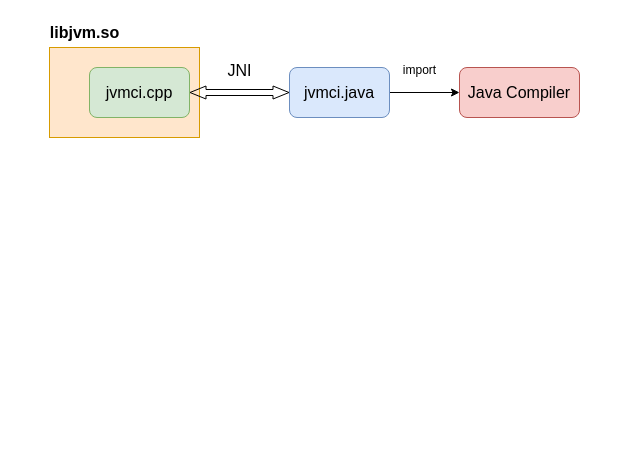
Earlier version of the draw.io diagram JVMCI.drawio (f123888/Draw.IO). Source tidied: cells renumbered, new cells numbered last; positions are measured from the earlier drawing's top-left corner, leaving out a move shared by most shapes. Both pictures are drawn from the tidied source at 100%, with x=0, y=0 at pixel (39, 17).
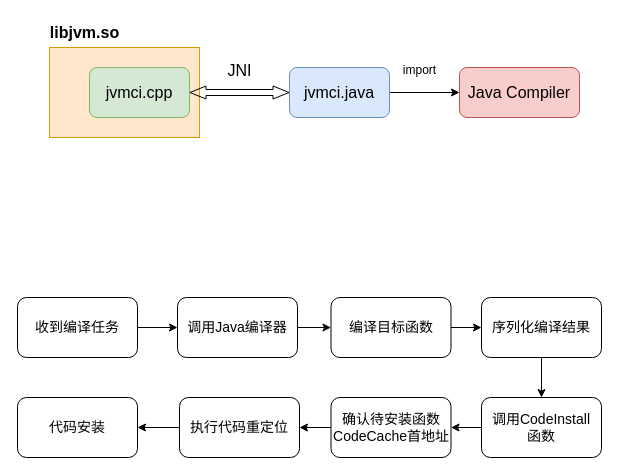
The same diagram, later.

The edit, as a diff of the source:
```diff
@@
+    <mxCell id="11" style="edgeStyle=orthogonalEdgeStyle;rounded=0;jettySize=auto;html=1;exitX=1;exitY=0.5;exitDx=0;exitDy=0;entryX=0;entryY=0.5;entryDx=0;entryDy=0;" parent="1" edge="1" source="12" target="14">
+      <mxGeometry relative="1" as="geometry" />
+    </mxCell>
+    <mxCell id="12" value="&lt;font style=&quot;font-size: 14px;&quot;&gt;收到编译任务&lt;/font&gt;" style="rounded=1;whiteSpace=wrap;html=1;" parent="1" vertex="1">
+      <mxGeometry x="-22" y="280" width="120" height="60" as="geometry" />
+    </mxCell>
+    <mxCell id="13" style="edgeStyle=orthogonalEdgeStyle;rounded=0;jettySize=auto;html=1;exitX=1;exitY=0.5;exitDx=0;exitDy=0;entryX=0;entryY=0.5;entryDx=0;entryDy=0;" parent="1" edge="1" source="14" target="23">
+      <mxGeometry relative="1" as="geometry" />
+    </mxCell>
+    <mxCell id="14" value="&lt;font style=&quot;font-size: 14px;&quot;&gt;调用Java编译器&lt;/font&gt;" style="rounded=1;whiteSpace=wrap;html=1;" parent="1" vertex="1">
+      <mxGeometry x="138" y="280" width="120" height="60" as="geometry" />
+    </mxCell>
+    <mxCell id="15" style="edgeStyle=orthogonalEdgeStyle;rounded=0;jettySize=auto;html=1;exitX=0.5;exitY=1;exitDx=0;exitDy=0;entryX=0.5;entryY=0;entryDx=0;entryDy=0;" parent="1" edge="1" source="16" target="25">
+      <mxGeometry relative="1" as="geometry" />
+    </mxCell>
+    <mxCell id="16" value="&lt;span style=&quot;font-size: 14px;&quot;&gt;序列化编译结果&lt;/span&gt;" style="rounded=1;whiteSpace=wrap;html=1;" parent="1" vertex="1">
+      <mxGeometry x="442" y="280" width="120" height="60" as="geometry" />
+    </mxCell>
+    <mxCell id="17" style="edgeStyle=orthogonalEdgeStyle;rounded=0;jettySize=auto;html=1;exitX=0;exitY=0.5;exitDx=0;exitDy=0;entryX=1;entryY=0.5;entryDx=0;entryDy=0;" parent="1" edge="1" source="18" target="20">
+      <mxGeometry relative="1" as="geometry" />
+    </mxCell>
+    <mxCell id="18" value="&lt;span style=&quot;font-size: 14px;&quot;&gt;确认待安装函数CodeCache首地址&lt;/span&gt;" style="rounded=1;whiteSpace=wrap;html=1;" parent="1" vertex="1">
+      <mxGeometry x="291.5" y="380" width="120" height="60" as="geometry" />
+    </mxCell>
+    <mxCell id="19" style="edgeStyle=orthogonalEdgeStyle;rounded=0;jettySize=auto;html=1;exitX=0;exitY=0.5;exitDx=0;exitDy=0;entryX=1;entryY=0.5;entryDx=0;entryDy=0;" parent="1" edge="1" source="20" target="21">
+      <mxGeometry relative="1" as="geometry" />
+    </mxCell>
+    <mxCell id="20" value="&lt;span style=&quot;font-size: 14px;&quot;&gt;执行代码重定位&lt;/span&gt;" style="rounded=1;whiteSpace=wrap;html=1;" parent="1" vertex="1">
+      <mxGeometry x="140" y="380" width="120" height="60" as="geometry" />
+    </mxCell>
+    <mxCell id="21" value="&lt;span style=&quot;font-size: 14px;&quot;&gt;代码安装&lt;/span&gt;" style="rounded=1;whiteSpace=wrap;html=1;" parent="1" vertex="1">
+      <mxGeometry x="-22" y="380" width="120" height="60" as="geometry" />
+    </mxCell>
+    <mxCell id="22" style="edgeStyle=orthogonalEdgeStyle;rounded=0;jettySize=auto;html=1;exitX=1;exitY=0.5;exitDx=0;exitDy=0;entryX=0;entryY=0.5;entryDx=0;entryDy=0;" parent="1" edge="1" source="23" target="16">
+      <mxGeometry relative="1" as="geometry" />
+    </mxCell>
+    <mxCell id="23" value="&lt;span style=&quot;font-size: 14px;&quot;&gt;编译目标函数&lt;/span&gt;" style="rounded=1;whiteSpace=wrap;html=1;" parent="1" vertex="1">
+      <mxGeometry x="291.5" y="280" width="120" height="60" as="geometry" />
+    </mxCell>
+    <mxCell id="24" style="edgeStyle=orthogonalEdgeStyle;rounded=0;jettySize=auto;html=1;exitX=0;exitY=0.5;exitDx=0;exitDy=0;entryX=1;entryY=0.5;entryDx=0;entryDy=0;" parent="1" edge="1" source="25" target="18">
+      <mxGeometry relative="1" as="geometry" />
+    </mxCell>
+    <mxCell id="25" value="&lt;span style=&quot;font-size: 14px;&quot;&gt;调用CodeInstall&lt;/span&gt;&lt;div&gt;&lt;span style=&quot;font-size: 14px;&quot;&gt;函数&lt;/span&gt;&lt;/div&gt;" style="rounded=1;whiteSpace=wrap;html=1;" parent="1" vertex="1">
+      <mxGeometry x="442" y="380" width="120" height="60" as="geometry" />
+    </mxCell>
```
